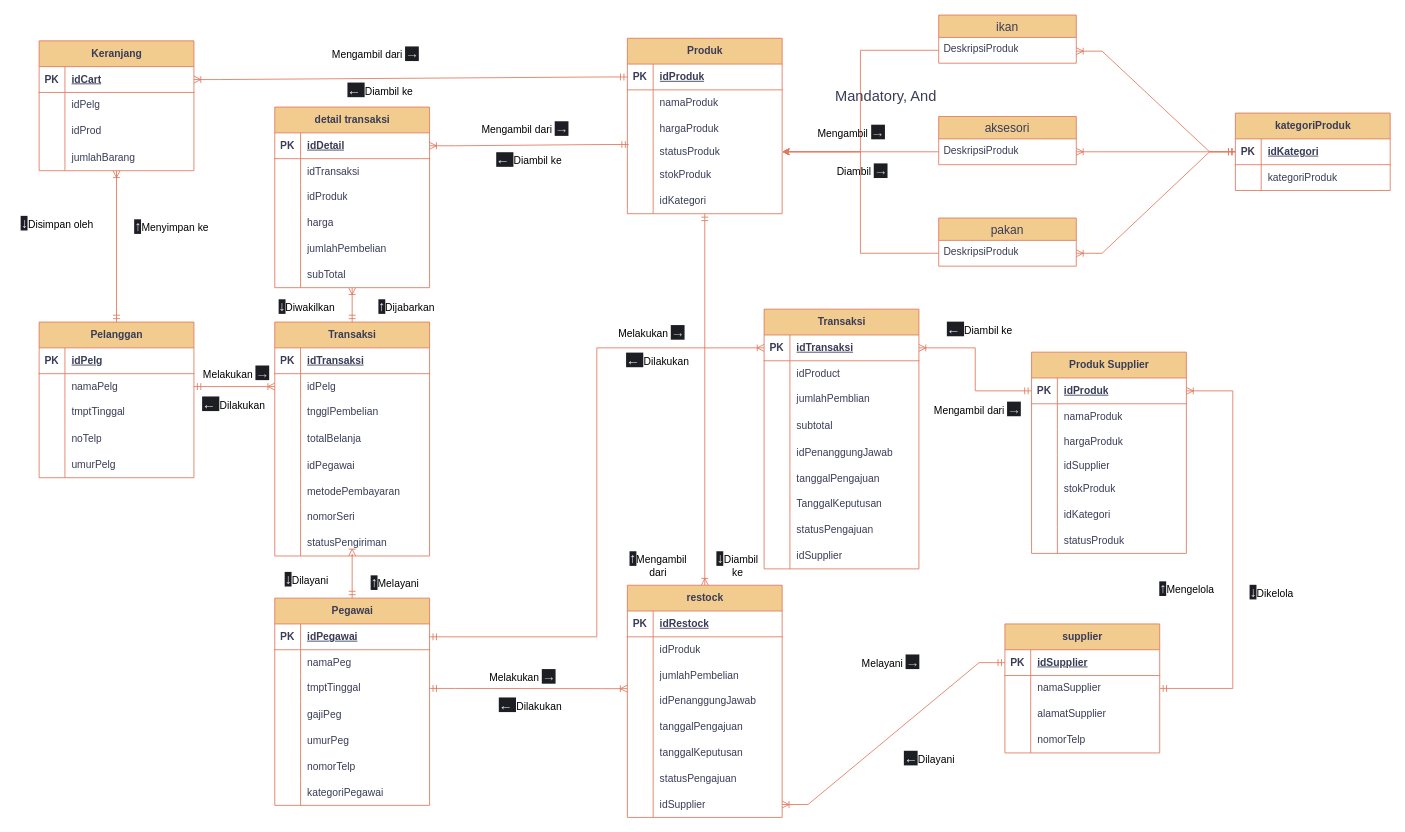
Earlier version of the draw.io diagram Diagram Tanpa Judul.drawio (shinoaaa/flowchartttz). Source tidied: cells renumbered, new cells numbered last; positions are measured from the earlier drawing's top-left corner, leaving out a move shared by most shapes. Both pictures are drawn from the tidied source at 86%, with x=0, y=0 at pixel (15, 15).
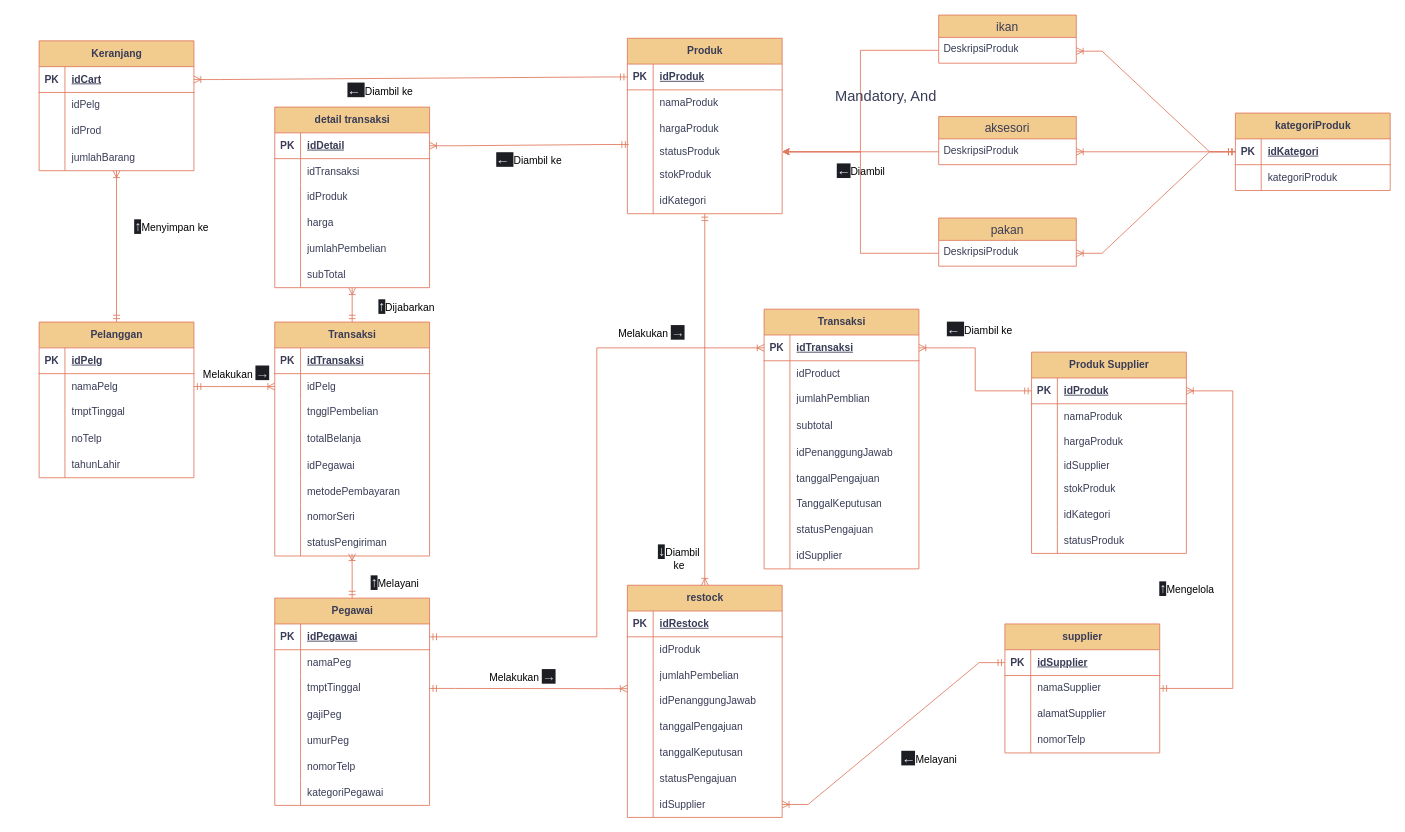
Above is the later version.

The change refers to these unchanged cells:
```xml
<mxCell id="15" style="shape=tableRow;horizontal=0;startSize=0;swimlaneHead=0;swimlaneBody=0;fillColor=none;top=0;left=0;right=0;bottom=0;labelBackgroundColor=none;strokeColor=#E07A5F;fontColor=#393C56;" parent="2" vertex="1">
  <mxGeometry y="151" width="180" height="30" as="geometry" />
</mxCell>
<mxCell id="18" value="Transaksi" style="shape=table;startSize=30;childLayout=tableLayout;rowLines=0;fontStyle=1;align=center;html=1;labelBackgroundColor=none;fillColor=#F2CC8F;strokeColor=#E07A5F;fontColor=#393C56;" parent="1" vertex="1">
  <mxGeometry x="302" y="357" width="180" height="272" as="geometry" />
</mxCell>
<mxCell id="40" style="shape=tableRow;horizontal=0;startSize=0;swimlaneHead=0;swimlaneBody=0;fillColor=none;points=[[0,0.5],[1,0.5]];portConstraint=eastwest;top=0;left=0;right=0;bottom=0;labelBackgroundColor=none;strokeColor=#E07A5F;fontColor=#393C56;" parent="18" vertex="1">
  <mxGeometry y="242" width="180" height="30" as="geometry" />
</mxCell>
<mxCell id="43" value="Pegawai" style="shape=table;startSize=30;childLayout=tableLayout;rowLines=0;fontStyle=1;align=center;html=1;labelBackgroundColor=none;fillColor=#F2CC8F;strokeColor=#E07A5F;fontColor=#393C56;" parent="1" vertex="1">
  <mxGeometry x="302" y="678" width="180" height="241" as="geometry" />
</mxCell>
```

What changed in the source:
```diff
@@
-    <mxCell id="17" value="umurPelg" style="shape=partialRectangle;fillColor=none;top=0;left=0;bottom=0;right=0;align=left;spacingLeft=6;overflow=hidden;whiteSpace=wrap;html=1;labelBackgroundColor=none;strokeColor=#E07A5F;fontColor=#393C56;" parent="15" vertex="1">
+    <mxCell id="17" value="tahunLahir" style="shape=partialRectangle;fillColor=none;top=0;left=0;bottom=0;right=0;align=left;spacingLeft=6;overflow=hidden;whiteSpace=wrap;html=1;labelBackgroundColor=none;strokeColor=#E07A5F;fontColor=#393C56;" parent="15" vertex="1">
       <mxGeometry x="30" width="150" height="30" as="geometry" />
     </mxCell>
@@
-    <mxCell id="105" style="edgeStyle=orthogonalEdgeStyle;rounded=0;jettySize=auto;html=1;startArrow=ERmandOne;startFill=0;endArrow=ERoneToMany;endFill=0;entryX=0.5;entryY=1;entryDx=0;entryDy=0;labelBackgroundColor=none;strokeColor=#E07A5F;fontColor=default;exitX=0.5;exitY=0;exitDx=0;exitDy=0;" parent="1" edge="1" source="43" target="18">
+    <mxCell id="105" style="edgeStyle=orthogonalEdgeStyle;rounded=0;jettySize=auto;html=1;startArrow=ERmandOne;startFill=0;endArrow=ERoneToMany;endFill=0;labelBackgroundColor=none;strokeColor=#E07A5F;fontColor=default;exitX=0.5;exitY=0;exitDx=0;exitDy=0;entryX=0.499;entryY=0.91;entryDx=0;entryDy=0;entryPerimeter=0;" parent="1" edge="1" source="43" target="40">
       <mxGeometry relative="1" as="geometry">
         <Array as="points">
-          <mxPoint x="392" y="627" />
-          <mxPoint x="392" y="627" />
+          <mxPoint x="392" y="645" />
+          <mxPoint x="392" y="645" />
         </Array>
       </mxGeometry>
     </mxCell>
@@
-    <mxCell id="238" value="Mengambil dari&amp;nbsp;&lt;span style=&quot;color: rgb(191, 191, 191); font-family: &amp;quot;Google Sans&amp;quot;, Arial, sans-serif; font-size: 16px; text-align: start; background-color: rgb(28, 30, 36);&quot;&gt;→&lt;/span&gt;" style="text;html=1;whiteSpace=wrap;strokeColor=none;fillColor=none;align=center;verticalAlign=middle;rounded=0;" parent="1" vertex="1">
-      <mxGeometry x="349" y="27" width="141" height="36" as="geometry" />
-    </mxCell>
@@
-    <mxCell id="241" value="&lt;span style=&quot;color: rgb(230, 232, 240); font-family: &amp;quot;Google Sans&amp;quot;, Arial, sans-serif; font-size: 16px; text-align: start; background-color: rgb(28, 30, 36);&quot;&gt;↓&lt;/span&gt;Disimpan oleh" style="text;html=1;whiteSpace=wrap;strokeColor=none;fillColor=none;align=center;verticalAlign=middle;rounded=0;" parent="1" vertex="1">
-      <mxGeometry y="224" width="99" height="36" as="geometry" />
-    </mxCell>
@@
-    <mxCell id="243" value="&lt;span style=&quot;color: rgb(230, 232, 240); font-family: &amp;quot;Google Sans&amp;quot;, Arial, sans-serif; font-size: 16px; text-align: start; background-color: rgb(28, 30, 36);&quot;&gt;←&amp;nbsp;&lt;/span&gt;Dilakukan" style="text;html=1;whiteSpace=wrap;strokeColor=none;fillColor=none;align=center;verticalAlign=middle;rounded=0;" parent="1" vertex="1">
-      <mxGeometry x="184" y="434" width="141" height="36" as="geometry" />
-    </mxCell>
@@
-    <mxCell id="245" value="&lt;span style=&quot;color: rgb(230, 232, 240); font-family: &amp;quot;Google Sans&amp;quot;, Arial, sans-serif; font-size: 16px; text-align: start; background-color: rgb(28, 30, 36);&quot;&gt;↓&lt;/span&gt;Diwakilkan" style="text;html=1;whiteSpace=wrap;strokeColor=none;fillColor=none;align=center;verticalAlign=middle;rounded=0;" parent="1" vertex="1">
-      <mxGeometry x="290" y="321" width="99" height="36" as="geometry" />
-    </mxCell>
@@
-    <mxCell id="247" value="&lt;span style=&quot;color: rgb(230, 232, 240); font-family: &amp;quot;Google Sans&amp;quot;, Arial, sans-serif; font-size: 16px; text-align: start; background-color: rgb(28, 30, 36);&quot;&gt;↓&lt;/span&gt;Dilayani" style="text;html=1;whiteSpace=wrap;strokeColor=none;fillColor=none;align=center;verticalAlign=middle;rounded=0;" parent="1" vertex="1">
-      <mxGeometry x="290" y="638" width="99" height="36" as="geometry" />
-    </mxCell>
@@
-    <mxCell id="249" value="&lt;span style=&quot;color: rgb(230, 232, 240); font-family: &amp;quot;Google Sans&amp;quot;, Arial, sans-serif; font-size: 16px; text-align: start; background-color: rgb(28, 30, 36);&quot;&gt;←&amp;nbsp;&lt;/span&gt;Dilakukan" style="text;html=1;whiteSpace=wrap;strokeColor=none;fillColor=none;align=center;verticalAlign=middle;rounded=0;" parent="1" vertex="1">
-      <mxGeometry x="677" y="383" width="141" height="36" as="geometry" />
-    </mxCell>
@@
-    <mxCell id="251" value="&lt;span style=&quot;color: rgb(230, 232, 240); font-family: &amp;quot;Google Sans&amp;quot;, Arial, sans-serif; font-size: 16px; text-align: start; background-color: rgb(28, 30, 36);&quot;&gt;←&amp;nbsp;&lt;/span&gt;Dilakukan" style="text;html=1;whiteSpace=wrap;strokeColor=none;fillColor=none;align=center;verticalAlign=middle;rounded=0;" parent="1" vertex="1">
-      <mxGeometry x="529" y="784" width="141" height="36" as="geometry" />
-    </mxCell>
-    <mxCell id="252" value="Melayani&amp;nbsp;&lt;span style=&quot;color: rgb(191, 191, 191); font-family: &amp;quot;Google Sans&amp;quot;, Arial, sans-serif; font-size: 16px; text-align: start; background-color: rgb(28, 30, 36);&quot;&gt;→&lt;/span&gt;" style="text;html=1;whiteSpace=wrap;strokeColor=none;fillColor=none;align=center;verticalAlign=middle;rounded=0;" parent="1" vertex="1">
-      <mxGeometry x="948" y="734" width="141" height="36" as="geometry" />
-    </mxCell>
-    <mxCell id="253" value="&lt;span style=&quot;color: rgb(230, 232, 240); font-family: &amp;quot;Google Sans&amp;quot;, Arial, sans-serif; font-size: 16px; text-align: start; background-color: rgb(28, 30, 36);&quot;&gt;←&lt;/span&gt;Dilayani" style="text;html=1;whiteSpace=wrap;strokeColor=none;fillColor=none;align=center;verticalAlign=middle;rounded=0;" parent="1" vertex="1">
+    <mxCell id="253" value="&lt;span style=&quot;color: rgb(230, 232, 240); font-family: &amp;quot;Google Sans&amp;quot;, Arial, sans-serif; font-size: 16px; text-align: start; background-color: rgb(28, 30, 36);&quot;&gt;←&lt;/span&gt;Melayani" style="text;html=1;whiteSpace=wrap;strokeColor=none;fillColor=none;align=center;verticalAlign=middle;rounded=0;" parent="1" vertex="1">
       <mxGeometry x="993" y="846" width="141" height="36" as="geometry" />
     </mxCell>
-    <mxCell id="254" value="&lt;span style=&quot;color: rgb(230, 232, 240); font-family: &amp;quot;Google Sans&amp;quot;, Arial, sans-serif; font-size: 16px; text-align: start; background-color: rgb(28, 30, 36);&quot;&gt;↑&lt;/span&gt;Mengambil dari" style="text;html=1;whiteSpace=wrap;strokeColor=none;fillColor=none;align=center;verticalAlign=middle;rounded=0;" parent="1" vertex="1">
-      <mxGeometry x="704.5" y="621" width="86" height="36" as="geometry" />
-    </mxCell>
     <mxCell id="255" value="&lt;span style=&quot;color: rgb(230, 232, 240); font-family: &amp;quot;Google Sans&amp;quot;, Arial, sans-serif; font-size: 16px; text-align: start; background-color: rgb(28, 30, 36);&quot;&gt;↓&lt;/span&gt;Diambil&lt;div&gt;ke&lt;/div&gt;" style="text;html=1;whiteSpace=wrap;strokeColor=none;fillColor=none;align=center;verticalAlign=middle;rounded=0;" parent="1" vertex="1">
-      <mxGeometry x="790.5" y="621" width="99" height="36" as="geometry" />
+      <mxGeometry x="723" y="613" width="99" height="36" as="geometry" />
     </mxCell>
-    <mxCell id="256" value="Mengambil dari&amp;nbsp;&lt;span style=&quot;color: rgb(191, 191, 191); font-family: &amp;quot;Google Sans&amp;quot;, Arial, sans-serif; font-size: 16px; text-align: start; background-color: rgb(28, 30, 36);&quot;&gt;→&lt;/span&gt;" style="text;html=1;whiteSpace=wrap;strokeColor=none;fillColor=none;align=center;verticalAlign=middle;rounded=0;" parent="1" vertex="1">
-      <mxGeometry x="523" y="114" width="141" height="36" as="geometry" />
-    </mxCell>
@@
-    <mxCell id="259" value="&lt;span style=&quot;color: rgb(230, 232, 240); font-family: &amp;quot;Google Sans&amp;quot;, Arial, sans-serif; font-size: 16px; text-align: start; background-color: rgb(28, 30, 36);&quot;&gt;↓&lt;/span&gt;Dikelola" style="text;html=1;whiteSpace=wrap;strokeColor=none;fillColor=none;align=center;verticalAlign=middle;rounded=0;" parent="1" vertex="1">
-      <mxGeometry x="1412" y="653" width="99" height="36" as="geometry" />
-    </mxCell>
@@
-    <mxCell id="261" value="Mengambil dari&amp;nbsp;&lt;span style=&quot;color: rgb(191, 191, 191); font-family: &amp;quot;Google Sans&amp;quot;, Arial, sans-serif; font-size: 16px; text-align: start; background-color: rgb(28, 30, 36);&quot;&gt;→&lt;/span&gt;" style="text;html=1;whiteSpace=wrap;strokeColor=none;fillColor=none;align=center;verticalAlign=middle;rounded=0;" parent="1" vertex="1">
-      <mxGeometry x="1049" y="440" width="141" height="36" as="geometry" />
-    </mxCell>
-    <mxCell id="262" value="Mengambil&amp;nbsp;&lt;span style=&quot;color: rgb(191, 191, 191); font-family: &amp;quot;Google Sans&amp;quot;, Arial, sans-serif; font-size: 16px; text-align: start; background-color: rgb(28, 30, 36);&quot;&gt;→&lt;/span&gt;" style="text;html=1;whiteSpace=wrap;strokeColor=none;fillColor=none;align=center;verticalAlign=middle;rounded=0;" parent="1" vertex="1">
-      <mxGeometry x="902" y="118" width="141" height="36" as="geometry" />
-    </mxCell>
-    <mxCell id="263" value="Diambil&amp;nbsp;&lt;span style=&quot;color: rgb(191, 191, 191); font-family: &amp;quot;Google Sans&amp;quot;, Arial, sans-serif; font-size: 16px; text-align: start; background-color: rgb(28, 30, 36);&quot;&gt;→&lt;/span&gt;" style="text;html=1;whiteSpace=wrap;strokeColor=none;fillColor=none;align=center;verticalAlign=middle;rounded=0;" parent="1" vertex="1">
+    <mxCell id="263" value="&lt;span style=&quot;color: rgb(230, 232, 240); font-family: &amp;quot;Google Sans&amp;quot;, Arial, sans-serif; font-size: 16px; text-align: start; background-color: rgb(28, 30, 36);&quot;&gt;←&lt;/span&gt;Diambil&amp;nbsp;" style="text;html=1;whiteSpace=wrap;strokeColor=none;fillColor=none;align=center;verticalAlign=middle;rounded=0;" parent="1" vertex="1">
       <mxGeometry x="915" y="163" width="141" height="36" as="geometry" />
     </mxCell>
```
